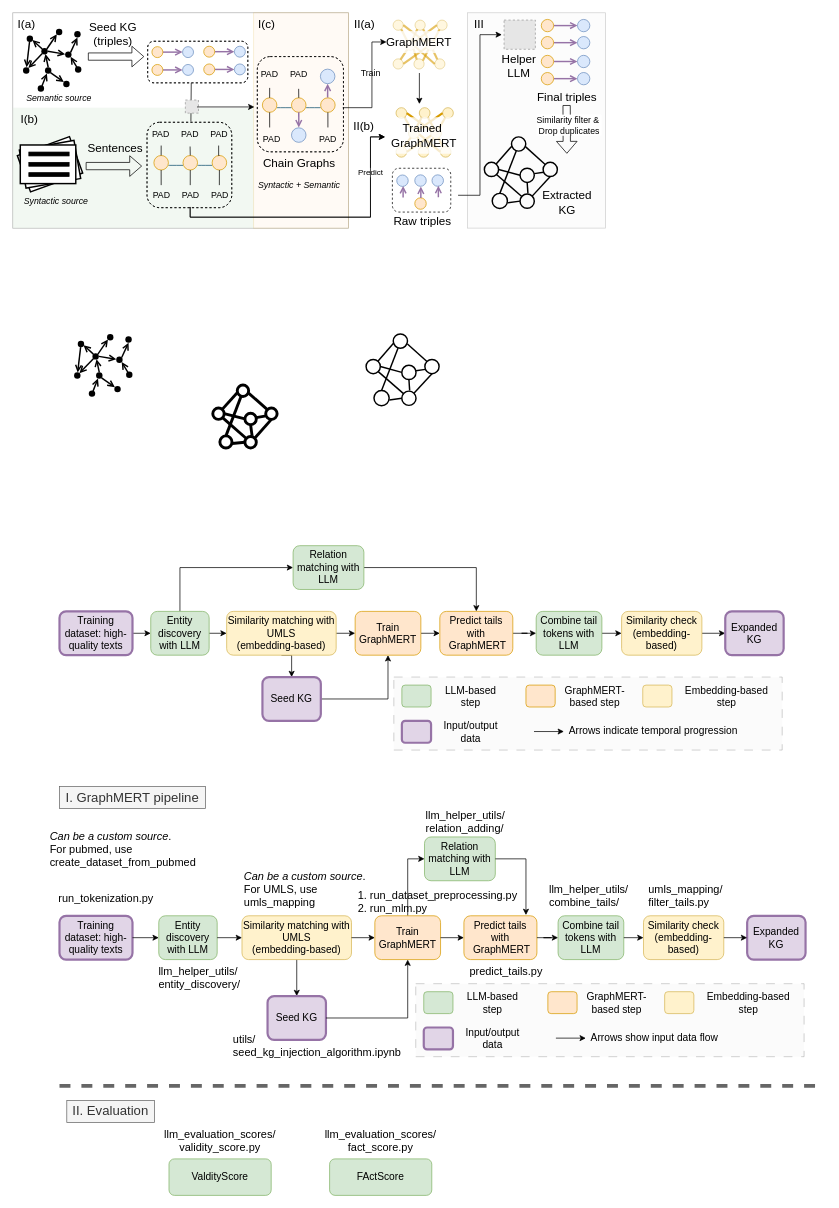
The draw.io diagram page "methodology" (4 of 6) of presentations/pipeline.drawio in across-stars/draw.io, before the edit. Source tidied: cells renumbered, new cells numbered last; positions are measured from the earlier drawing's top-left corner, leaving out a move shared by most shapes. Both pictures are drawn from the tidied source at 73%, with x=0, y=0 at pixel (12, 12). Pictures stored in the file or linked from it are replaced by grey dashed boxes.
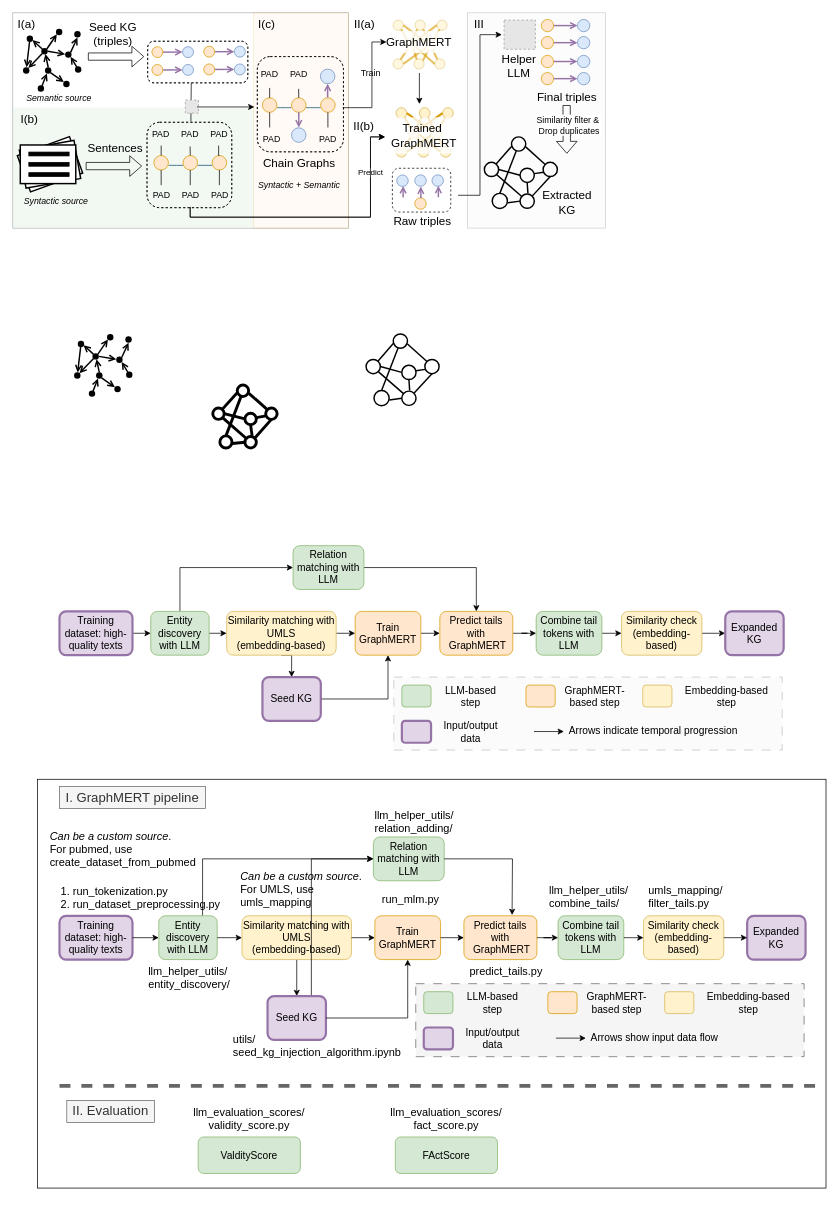
After the change.

Unchanged cells that the change refers to:
```xml
<mxCell id="47" value="&lt;font&gt;Train&lt;/font&gt;&lt;div&gt;&lt;font&gt;GraphMERT&lt;/font&gt;&lt;/div&gt;" style="rounded=1;whiteSpace=wrap;html=1;fillColor=#ffe6cc;strokeColor=#d79b00;fontSize=14;" parent="1" vertex="1">
  <mxGeometry x="496" y="1237" width="90" height="60" as="geometry" />
</mxCell>
<mxCell id="48" value="&lt;font&gt;Predict tails with&lt;/font&gt;&lt;div&gt;&lt;font&gt;&amp;nbsp;&lt;/font&gt;&lt;span&gt;GraphMERT&lt;/span&gt;&lt;/div&gt;" style="rounded=1;whiteSpace=wrap;html=1;fillColor=#ffe6cc;strokeColor=#d79b00;fontSize=14;" parent="1" vertex="1">
  <mxGeometry x="618" y="1237" width="100" height="60" as="geometry" />
</mxCell>
<mxCell id="54" value="&lt;font&gt;Entity discovery with LLM&lt;/font&gt;" style="rounded=1;whiteSpace=wrap;html=1;fillColor=#d5e8d4;strokeColor=#82b366;fontSize=14;" parent="1" vertex="1">
  <mxGeometry x="200" y="1237" width="80" height="60" as="geometry" />
</mxCell>
<mxCell id="56" value="&lt;font&gt;Seed KG&lt;/font&gt;" style="rounded=1;whiteSpace=wrap;html=1;fillColor=#e1d5e7;strokeColor=#9673a6;strokeWidth=3;fontSize=14;" parent="1" vertex="1">
  <mxGeometry x="349" y="1347" width="80" height="60" as="geometry" />
</mxCell>
```

What changed in the source:
```diff
@@
+    <mxCell id="351" style="rounded=0;whiteSpace=wrap;html=1;" parent="1" vertex="1">
+      <mxGeometry x="34" y="1050" width="1080" height="560" as="geometry" />
+    </mxCell>
@@
-    <mxCell id="45" style="rounded=0;whiteSpace=wrap;html=1;dashed=1;dashPattern=12 12;fillColor=#f5f5f5;fontColor=#333333;strokeColor=#666666;opacity=40;fontSize=14;" parent="1" vertex="1">
+    <mxCell id="45" style="rounded=0;whiteSpace=wrap;html=1;dashed=1;dashPattern=12 12;fillColor=#f5f5f5;fontColor=#333333;strokeColor=#666666;fontSize=14;" parent="1" vertex="1">
       <mxGeometry x="552" y="1330" width="532" height="100" as="geometry" />
     </mxCell>
-    <mxCell id="46" style="edgeStyle=orthogonalEdgeStyle;rounded=0;jettySize=auto;html=1;exitX=0.5;exitY=0;exitDx=0;exitDy=0;entryX=0;entryY=0.5;entryDx=0;entryDy=0;" parent="1" edge="1" source="47" target="57">
+    <mxCell id="46" style="edgeStyle=orthogonalEdgeStyle;rounded=0;jettySize=auto;html=1;exitX=0.75;exitY=0;exitDx=0;exitDy=0;entryX=0;entryY=0.5;entryDx=0;entryDy=0;" parent="1" edge="1" source="54" target="57">
       <mxGeometry relative="1" as="geometry" />
     </mxCell>
@@
+    <mxCell id="352" style="edgeStyle=orthogonalEdgeStyle;rounded=0;jettySize=auto;html=1;exitX=0.75;exitY=0;exitDx=0;exitDy=0;entryX=0;entryY=0.5;entryDx=0;entryDy=0;" parent="1" edge="1" source="56" target="57">
+      <mxGeometry relative="1" as="geometry" />
+    </mxCell>
@@
     <mxCell id="57" value="&lt;font&gt;Relation matching with LLM&lt;/font&gt;" style="rounded=1;whiteSpace=wrap;html=1;fillColor=#d5e8d4;strokeColor=#82b366;fontSize=14;" parent="1" vertex="1">
-      <mxGeometry x="564" y="1129" width="97" height="60" as="geometry" />
+      <mxGeometry x="494" y="1129" width="97" height="60" as="geometry" />
     </mxCell>
@@
-    <mxCell id="64" style="edgeStyle=orthogonalEdgeStyle;rounded=0;jettySize=auto;html=1;exitX=1;exitY=0.5;exitDx=0;exitDy=0;entryX=0.85;entryY=-0.017;entryDx=0;entryDy=0;entryPerimeter=0;" parent="1" edge="1" source="57" target="48">
-      <mxGeometry relative="1" as="geometry" />
+    <mxCell id="64" style="edgeStyle=orthogonalEdgeStyle;rounded=0;jettySize=auto;html=1;exitX=1;exitY=0.5;exitDx=0;exitDy=0;" parent="1" edge="1" source="57">
+      <mxGeometry relative="1" as="geometry">
+        <mxPoint x="684" y="1236" as="targetPoint" />
+      </mxGeometry>
     </mxCell>
@@
-    <mxCell id="287" value="&lt;div&gt;&lt;i&gt;Can be a custom source&lt;/i&gt;.&lt;br&gt;&lt;/div&gt;&lt;div&gt;For UMLS, use umls_mapping&lt;/div&gt;" style="text;html=1;whiteSpace=wrap;strokeColor=none;fillColor=none;align=left;verticalAlign=middle;rounded=0;fontSize=15;" parent="258" vertex="1">
-      <mxGeometry x="315" y="1170" width="170" height="60" as="geometry" />
-    </mxCell>
     <mxCell id="288" value="umls_mapping/&lt;div&gt;filter_tails.py&lt;/div&gt;" style="text;html=1;whiteSpace=wrap;strokeColor=none;fillColor=none;align=left;verticalAlign=middle;rounded=0;fontSize=15;" parent="258" vertex="1">
-      <mxGeometry x="869" y="1190" width="107" height="37" as="geometry" />
+      <mxGeometry x="869" y="1192" width="107" height="37" as="geometry" />
     </mxCell>
     <mxCell id="289" value="ValdityScore" style="rounded=1;whiteSpace=wrap;html=1;fillColor=#d5e8d4;strokeColor=#82b366;fontSize=14;" parent="258" vertex="1">
-      <mxGeometry x="214" y="1570" width="140" height="50" as="geometry" />
+      <mxGeometry x="254" y="1540" width="140" height="50" as="geometry" />
     </mxCell>
     <mxCell id="290" value="&lt;font style=&quot;font-size: 15px;&quot;&gt;llm_evaluation_scores/&lt;/font&gt;&lt;div&gt;&lt;font&gt;&lt;span style=&quot;font-size: 15px;&quot;&gt;validity_score.py&lt;/span&gt;&lt;br&gt;&lt;/font&gt;&lt;/div&gt;" style="text;html=1;whiteSpace=wrap;strokeColor=none;fillColor=none;align=center;verticalAlign=middle;rounded=0;" parent="258" vertex="1">
-      <mxGeometry x="234" y="1530" width="100" height="30" as="geometry" />
+      <mxGeometry x="274" y="1500" width="100" height="30" as="geometry" />
     </mxCell>
     <mxCell id="291" value="FActScore" style="rounded=1;whiteSpace=wrap;html=1;fillColor=#d5e8d4;strokeColor=#82b366;fontSize=14;" parent="258" vertex="1">
-      <mxGeometry x="434" y="1570" width="140" height="50" as="geometry" />
+      <mxGeometry x="524" y="1540" width="140" height="50" as="geometry" />
     </mxCell>
     <mxCell id="292" value="&lt;font style=&quot;font-size: 15px;&quot;&gt;llm_evaluation_scores/&lt;/font&gt;&lt;div&gt;&lt;font&gt;&lt;span style=&quot;font-size: 15px;&quot;&gt;fact_score.py&lt;/span&gt;&lt;br&gt;&lt;/font&gt;&lt;/div&gt;" style="text;html=1;whiteSpace=wrap;strokeColor=none;fillColor=none;align=center;verticalAlign=middle;rounded=0;" parent="258" vertex="1">
-      <mxGeometry x="454" y="1530" width="100" height="30" as="geometry" />
+      <mxGeometry x="544" y="1500" width="100" height="30" as="geometry" />
     </mxCell>
@@
+    <mxCell id="353" value="&lt;font style=&quot;font-size: 15px;&quot;&gt;1. run_tokenization.py&lt;/font&gt;&lt;div&gt;&lt;font style=&quot;font-size: 15px;&quot;&gt;2. run_dataset_preprocessing.py&lt;/font&gt;&lt;/div&gt;" style="text;html=1;whiteSpace=wrap;strokeColor=none;fillColor=none;align=left;verticalAlign=middle;rounded=0;" parent="258" vertex="1">
+      <mxGeometry x="64" y="1197" width="260" height="30" as="geometry" />
+    </mxCell>
@@
     <mxCell id="340" value="llm_helper_utils/&lt;div&gt;relation_adding/&lt;/div&gt;" style="text;html=1;whiteSpace=wrap;strokeColor=none;fillColor=none;align=left;verticalAlign=middle;rounded=0;fontSize=15;" parent="296" vertex="1">
-      <mxGeometry x="564" y="1093" width="60" height="30" as="geometry" />
+      <mxGeometry x="494" y="1093" width="60" height="30" as="geometry" />
     </mxCell>
-    <mxCell id="341" value="&lt;div&gt;1.&amp;nbsp;run_dataset_preprocessing.py&lt;/div&gt;2. run_mlm.py&amp;nbsp;" style="text;html=1;whiteSpace=wrap;strokeColor=none;fillColor=none;align=left;verticalAlign=middle;rounded=0;fontSize=15;" parent="296" vertex="1">
-      <mxGeometry x="471" y="1202" width="179" height="30" as="geometry" />
+    <mxCell id="341" value="&lt;div&gt;run_mlm.py&amp;nbsp;&lt;/div&gt;" style="text;html=1;whiteSpace=wrap;strokeColor=none;fillColor=none;align=left;verticalAlign=middle;rounded=0;fontSize=15;" parent="296" vertex="1">
+      <mxGeometry x="504" y="1199" width="83" height="30" as="geometry" />
     </mxCell>
     <mxCell id="342" value="llm_helper_utils/&lt;div&gt;combine_tails/&lt;/div&gt;" style="text;html=1;whiteSpace=wrap;strokeColor=none;fillColor=none;align=left;verticalAlign=middle;rounded=0;fontSize=15;" parent="296" vertex="1">
-      <mxGeometry x="733" y="1190" width="107" height="37" as="geometry" />
+      <mxGeometry x="733" y="1192" width="107" height="37" as="geometry" />
     </mxCell>
-    <mxCell id="343" value="&lt;font&gt;run_tokenization.py&lt;/font&gt;&lt;div&gt;&lt;br&gt;&lt;/div&gt;" style="text;html=1;whiteSpace=wrap;strokeColor=none;fillColor=none;align=center;verticalAlign=middle;rounded=0;fontSize=15;" parent="296" vertex="1">
-      <mxGeometry x="98" y="1207" width="60" height="30" as="geometry" />
-    </mxCell>
     <mxCell id="344" value="&lt;div&gt;&lt;span&gt;llm_helper_utils/&lt;/span&gt;&lt;br&gt;&lt;/div&gt;&lt;div&gt;&lt;span&gt;entity_discovery/&lt;/span&gt;&lt;br&gt;&lt;/div&gt;" style="text;html=1;whiteSpace=wrap;strokeColor=none;fillColor=none;align=left;verticalAlign=middle;rounded=0;fontSize=15;" parent="296" vertex="1">
-      <mxGeometry x="197.6" y="1307" width="60" height="30" as="geometry" />
+      <mxGeometry x="184" y="1307" width="120" height="30" as="geometry" />
     </mxCell>
@@
+    <mxCell id="287" value="&lt;div&gt;&lt;i&gt;Can be a custom source&lt;/i&gt;.&lt;br&gt;&lt;/div&gt;&lt;div&gt;For UMLS, use umls_mapping&lt;/div&gt;" style="text;html=1;whiteSpace=wrap;strokeColor=none;fillColor=none;align=left;verticalAlign=middle;rounded=0;fontSize=15;" parent="296" vertex="1">
+      <mxGeometry x="310" y="1169" width="170" height="61" as="geometry" />
+    </mxCell>
```
